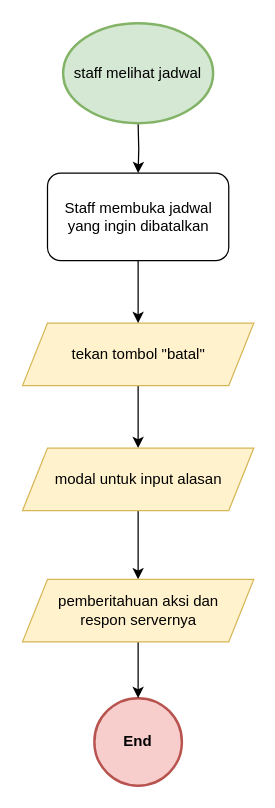
The draw.io diagram diagrams/user_flow/staff_membatalkan_jadwal_client.drawio in SynergyStudioBandung/synergy_studio_docs, before the edit. Source tidied: cells renumbered, new cells numbered last; positions are measured from the earlier drawing's top-left corner, leaving out a move shared by most shapes. Both pictures are drawn from the tidied source at 125%, with x=0, y=0 at pixel (22, 22).
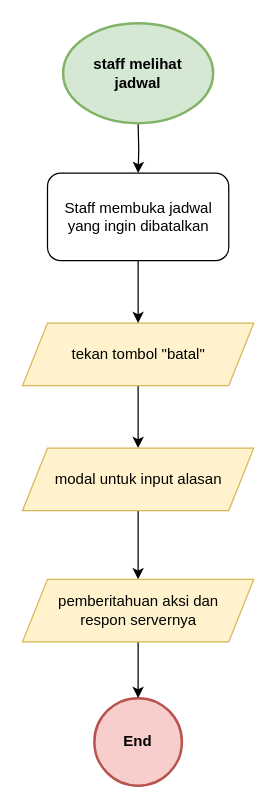
Above is the later version.

What changed in the source:
```diff
@@
 <mxGraphModel>
   <root>
     <mxCell id="0" />
     <mxCell id="1" parent="0" />
     <mxCell id="2" value="End" style="ellipse;whiteSpace=wrap;html=1;fillColor=#f8cecc;strokeColor=#b85450;fontStyle=1;strokeWidth=2;" parent="1" vertex="1">
       <mxGeometry x="57" y="540" width="70" height="70" as="geometry" />
     </mxCell>
     <mxCell id="3" style="edgeStyle=orthogonalEdgeStyle;rounded=0;jettySize=auto;html=1;" parent="1" edge="1" target="7">
       <mxGeometry relative="1" as="geometry">
         <mxPoint x="92" y="80" as="sourcePoint" />
       </mxGeometry>
     </mxCell>
     <mxCell id="4" style="edgeStyle=orthogonalEdgeStyle;rounded=0;jettySize=auto;html=1;" parent="1" edge="1" source="5" target="10">
       <mxGeometry relative="1" as="geometry" />
     </mxCell>
     <mxCell id="5" value="tekan tombol &quot;batal&quot;" style="shape=parallelogram;perimeter=parallelogramPerimeter;whiteSpace=wrap;html=1;fixedSize=1;strokeWidth=1;fillColor=#fff2cc;strokeColor=#d6b656;" parent="1" vertex="1">
       <mxGeometry x="-0.5" y="240" width="185" height="50" as="geometry" />
     </mxCell>
     <mxCell id="6" style="edgeStyle=orthogonalEdgeStyle;rounded=0;jettySize=auto;html=1;entryX=0.5;entryY=0;entryDx=0;entryDy=0;" parent="1" edge="1" source="7" target="5">
       <mxGeometry relative="1" as="geometry" />
     </mxCell>
     <mxCell id="7" value="Staff membuka jadwal&lt;br&gt;yang ingin dibatalkan" style="rounded=1;whiteSpace=wrap;html=1;fontSize=12;glass=0;strokeWidth=1;shadow=0;" parent="1" vertex="1">
       <mxGeometry x="19.5" y="120" width="145" height="70" as="geometry" />
     </mxCell>
-    <mxCell id="8" value="staff melihat jadwal" style="ellipse;whiteSpace=wrap;html=1;fillColor=#d5e8d4;strokeColor=#82b366;strokeWidth=2;" parent="1" vertex="1">
+    <mxCell id="8" value="staff melihat&lt;br&gt;jadwal" style="ellipse;whiteSpace=wrap;html=1;fillColor=#d5e8d4;strokeColor=#82b366;strokeWidth=2;fontStyle=1;" parent="1" vertex="1">
       <mxGeometry x="32" width="120" height="80" as="geometry" />
     </mxCell>
     <mxCell id="9" style="edgeStyle=orthogonalEdgeStyle;rounded=0;jettySize=auto;html=1;" parent="1" edge="1" source="10" target="12">
       <mxGeometry relative="1" as="geometry" />
     </mxCell>
     <mxCell id="10" value="modal untuk input alasan" style="shape=parallelogram;perimeter=parallelogramPerimeter;whiteSpace=wrap;html=1;fixedSize=1;strokeWidth=1;fillColor=#fff2cc;strokeColor=#d6b656;" parent="1" vertex="1">
       <mxGeometry x="-0.5" y="340" width="185" height="50" as="geometry" />
     </mxCell>
     <mxCell id="11" style="edgeStyle=orthogonalEdgeStyle;rounded=0;jettySize=auto;html=1;" parent="1" edge="1" source="12" target="2">
       <mxGeometry relative="1" as="geometry" />
     </mxCell>
     <mxCell id="12" value="pemberitahuan aksi dan&lt;br&gt;respon servernya" style="shape=parallelogram;perimeter=parallelogramPerimeter;whiteSpace=wrap;html=1;fixedSize=1;strokeWidth=1;fillColor=#fff2cc;strokeColor=#d6b656;" parent="1" vertex="1">
       <mxGeometry x="-0.5" y="445" width="185" height="50" as="geometry" />
     </mxCell>
   </root>
 </mxGraphModel>
```
